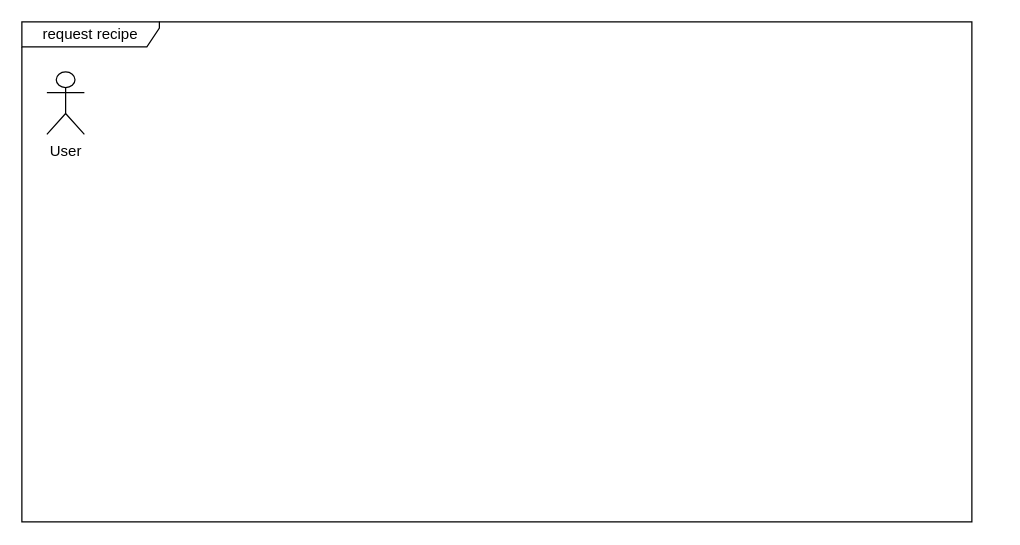
The draw.io diagram recipe.drawio in dndpd/software-project, before the edit. Source tidied: cells renumbered, new cells numbered last; positions are measured from the earlier drawing's top-left corner, leaving out a move shared by most shapes. Both pictures are drawn from the tidied source at 125%, with x=0, y=0 at pixel (21, 21).
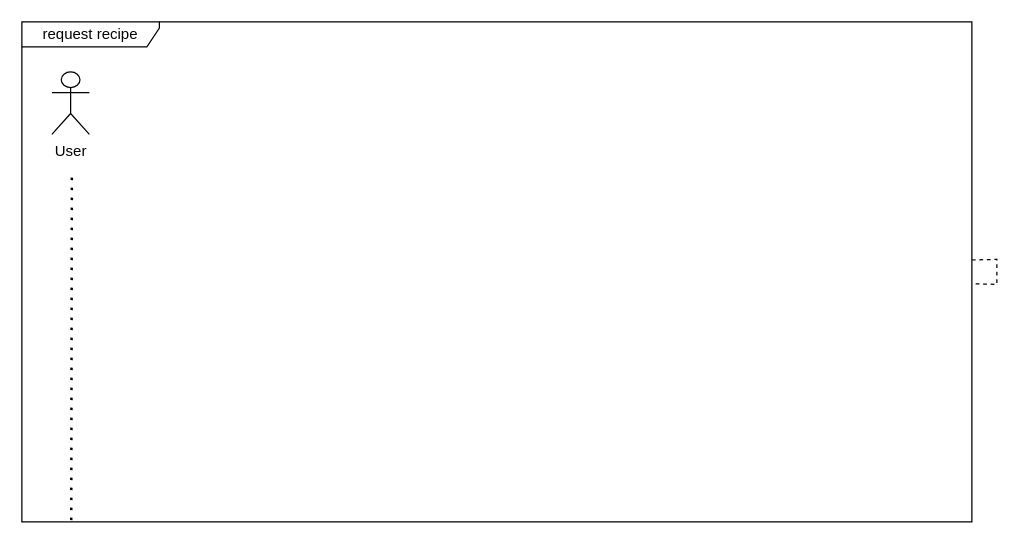
The same diagram, later.

What changed in the source:
```diff
@@
 <mxGraphModel>
   <root>
     <mxCell id="0" />
     <mxCell id="1" parent="0" />
     <mxCell id="2" value="User" style="shape=umlActor;verticalLabelPosition=bottom;verticalAlign=top;html=1;" parent="1" vertex="1">
-      <mxGeometry x="20" y="40" width="30" height="50" as="geometry" />
+      <mxGeometry x="24" y="40" width="30" height="50" as="geometry" />
     </mxCell>
     <mxCell id="3" value="request recipe" style="shape=umlFrame;whiteSpace=wrap;html=1;width=110;height=20;" parent="1" vertex="1">
       <mxGeometry width="760" height="400" as="geometry" />
     </mxCell>
+    <mxCell id="4" style="endArrow=none;dashed=1;html=1;dashPattern=1 3;strokeWidth=2;rounded=0;exitX=0.052;exitY=1.004;exitDx=0;exitDy=0;exitPerimeter=0;" parent="1" edge="1">
+      <mxGeometry relative="1" as="geometry">
+        <mxPoint x="39.5" y="398.6" as="sourcePoint" />
+        <mxPoint x="40" y="120" as="targetPoint" />
+      </mxGeometry>
+    </mxCell>
+    <mxCell id="5" style="endArrow=none;dashed=1;html=1;rounded=0;" parent="1" edge="1" source="3" target="3">
+      <mxGeometry relative="1" as="geometry" />
+    </mxCell>
   </root>
 </mxGraphModel>
```
